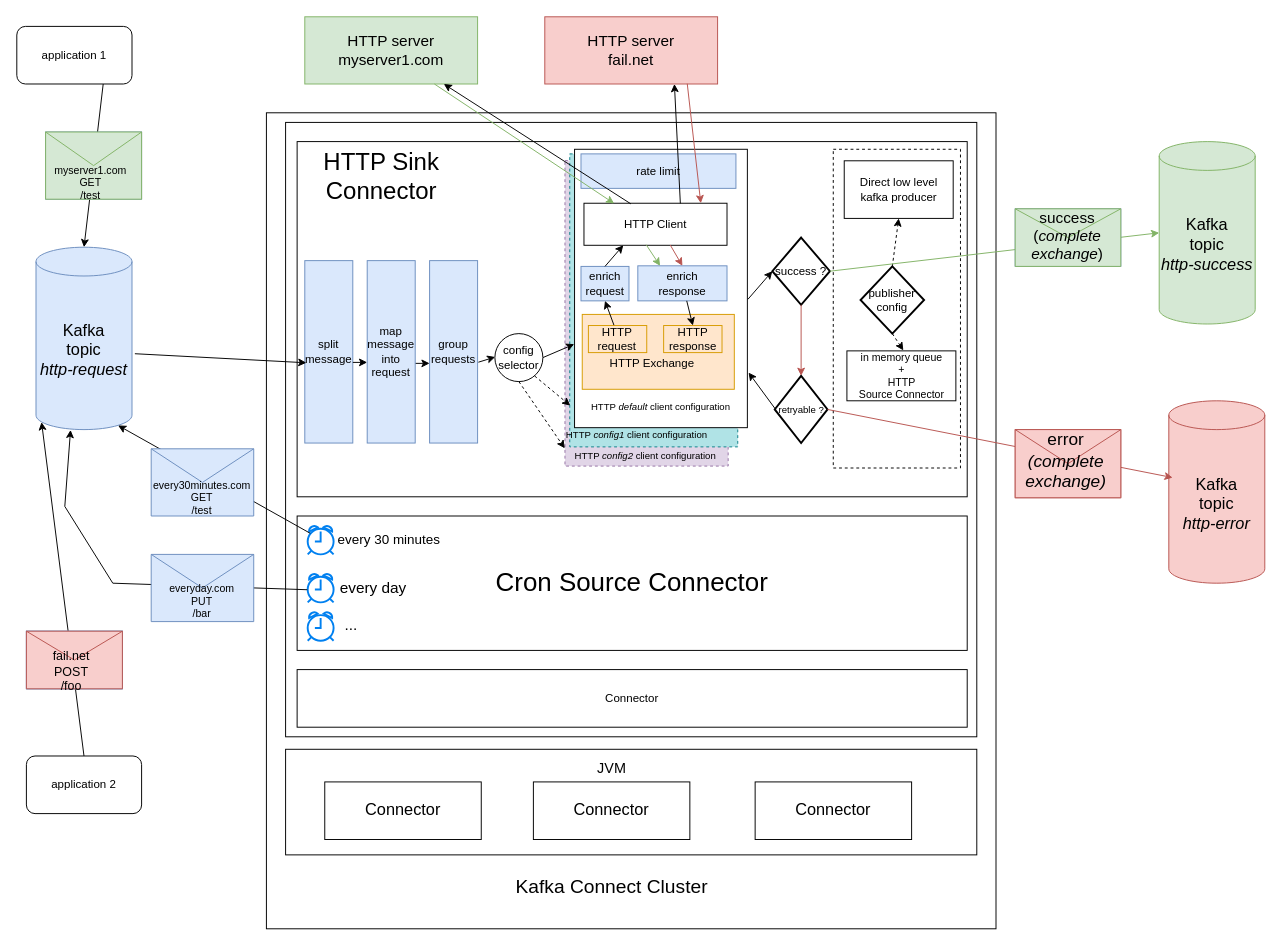
Earlier version of the draw.io diagram docs/images/architecture_options_2.drawio (clescot/kafka-connect-http). Source tidied: cells renumbered, new cells numbered last; positions are measured from the earlier drawing's top-left corner, leaving out a move shared by most shapes. Both pictures are drawn from the tidied source at 96%, with x=0, y=0 at pixel (16, 16).
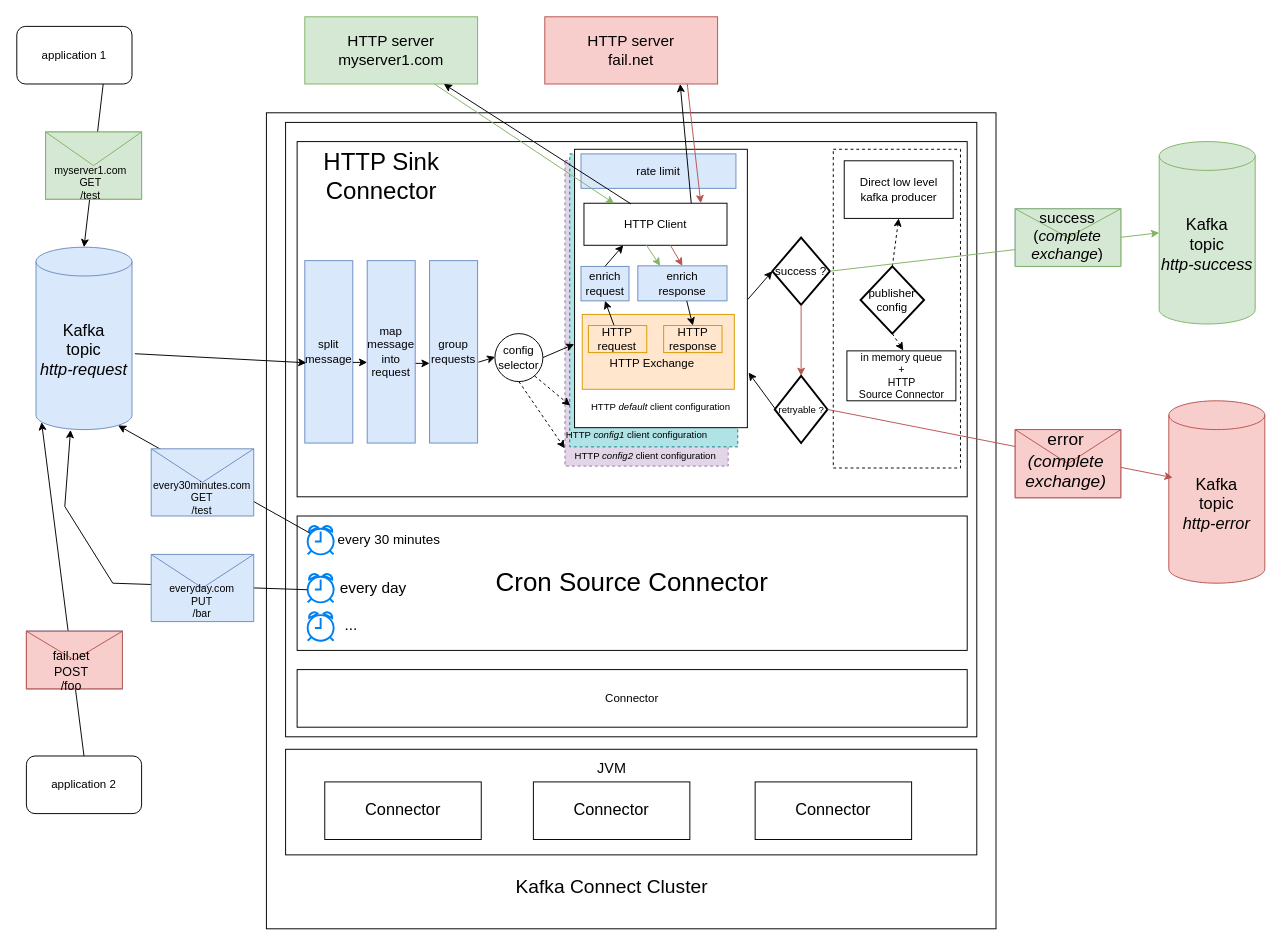
Above is the later version.

Unchanged cells that the change refers to:
```xml
<mxCell id="32" value="HTTP Client" style="rounded=0;whiteSpace=wrap;html=1;" parent="26" vertex="1">
  <mxGeometry x="19.8" y="56.2" width="149" height="43.8" as="geometry" />
</mxCell>
```

Change to the diagram source:
```diff
@@
-    <mxCell id="55" style="endArrow=classic;html=1;rounded=0;fillColor=#d5e8d4;strokeColor=#000000;exitX=0.6;exitY=0.003;exitDx=0;exitDy=0;entryX=0.5;entryY=1;entryDx=0;entryDy=0;exitPerimeter=0;" parent="1" edge="1">
+    <mxCell id="55" style="endArrow=classic;html=1;rounded=0;fillColor=#d5e8d4;strokeColor=#000000;exitX=0.75;exitY=0;exitDx=0;exitDy=0;entryX=0.5;entryY=1;entryDx=0;entryDy=0;" parent="1" edge="1" source="32">
       <mxGeometry relative="1" as="geometry">
-        <mxPoint x="691.2" y="194.4" as="sourcePoint" />
-        <mxPoint x="685" y="70" as="targetPoint" />
+        <mxPoint x="691" y="70" as="targetPoint" />
       </mxGeometry>
     </mxCell>
```
